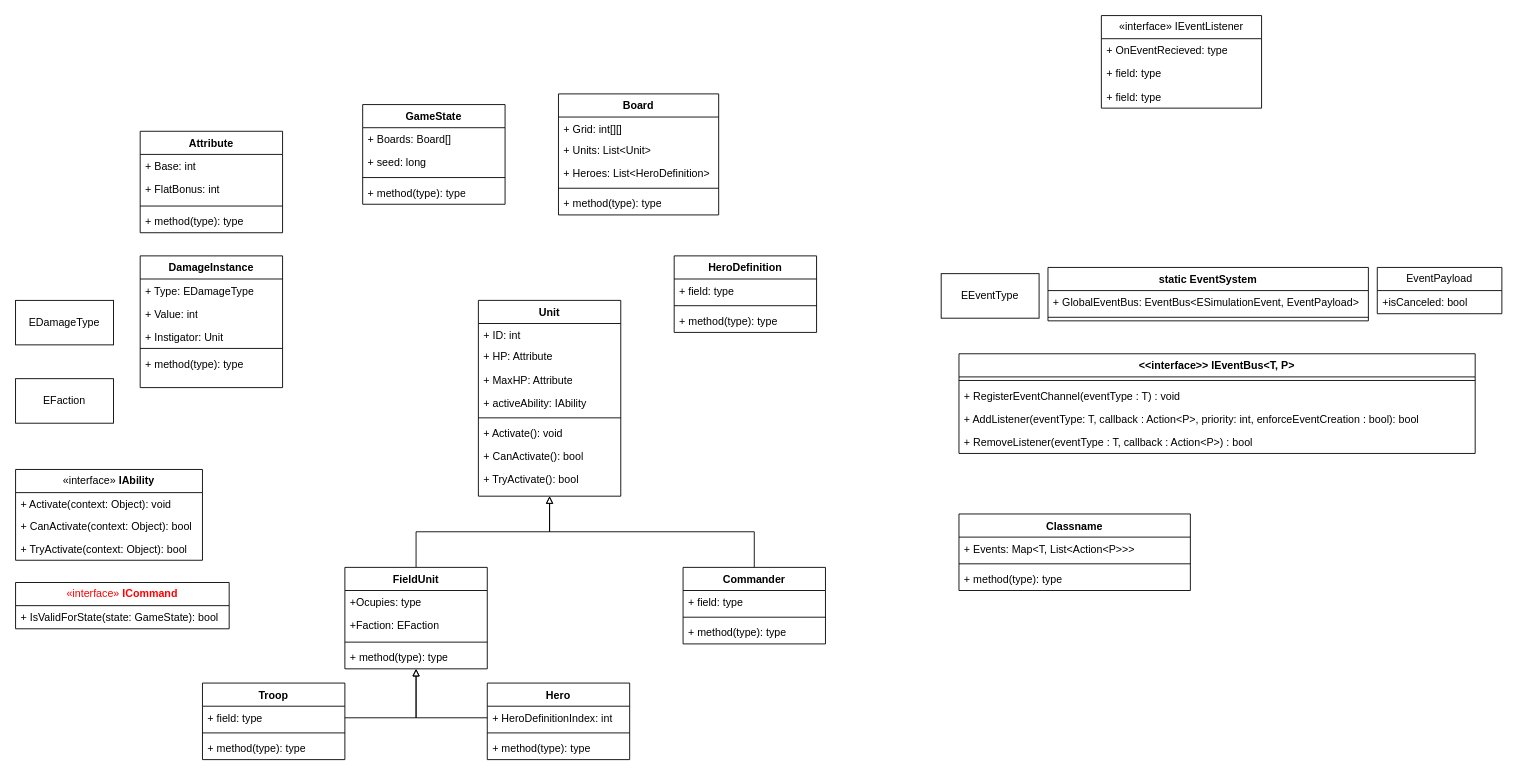
This is Simulation/SimulationUML.drawio from PrimalConquest/Documentation, a draw.io file, before an edit. Source tidied: cells renumbered, new cells numbered last; positions are measured from the earlier drawing's top-left corner, leaving out a move shared by most shapes. Both pictures are drawn from the tidied source at 89%, with x=0, y=0 at pixel (15, 15).
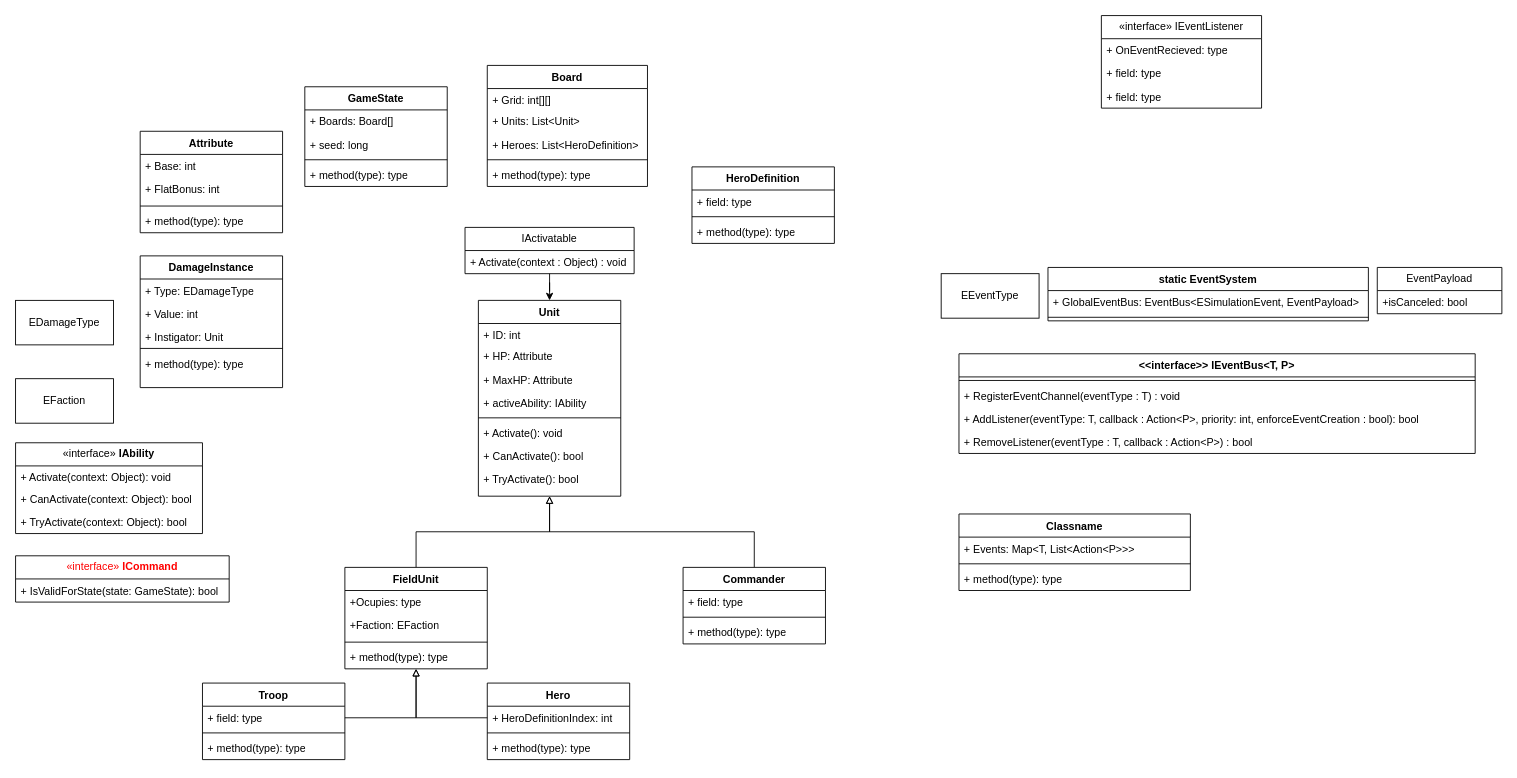
The same page after the edit.

The change refers to these unchanged cells:
```xml
<mxCell id="9" value="Unit" style="swimlane;fontStyle=1;align=center;verticalAlign=top;horizontal=1;startSize=26;whiteSpace=wrap;html=1;" parent="1" vertex="1">
  <mxGeometry x="520" y="320" width="160" height="220" as="geometry" />
</mxCell>
```

Change to the diagram source:
```diff
@@
     <mxCell id="23" value="Board" style="swimlane;fontStyle=1;align=center;verticalAlign=top;horizontal=1;startSize=26;whiteSpace=wrap;html=1;" parent="1" vertex="1">
-      <mxGeometry x="610" y="88" width="180" height="136" as="geometry" />
+      <mxGeometry x="530" y="56" width="180" height="136" as="geometry" />
     </mxCell>
@@
     <mxCell id="51" value="HeroDefinition" style="swimlane;fontStyle=1;align=center;verticalAlign=top;horizontal=1;startSize=26;whiteSpace=wrap;html=1;" parent="1" vertex="1">
-      <mxGeometry x="740" y="270" width="160" height="86" as="geometry" />
+      <mxGeometry x="760" y="170" width="160" height="86" as="geometry" />
     </mxCell>
@@
     <mxCell id="55" value="«interface»&amp;nbsp;&lt;b&gt;IAbility&lt;/b&gt;" style="swimlane;fontStyle=0;horizontal=1;startSize=26;fillColor=none;whiteSpace=wrap;html=1;" parent="1" vertex="1">
-      <mxGeometry y="510" width="210" height="102" as="geometry" />
+      <mxGeometry y="480" width="210" height="102" as="geometry" />
     </mxCell>
@@
     <mxCell id="59" value="GameState" style="swimlane;fontStyle=1;align=center;verticalAlign=top;horizontal=1;startSize=26;whiteSpace=wrap;html=1;" parent="1" vertex="1">
-      <mxGeometry x="390" y="100" width="160" height="112" as="geometry" />
+      <mxGeometry x="325" y="80" width="160" height="112" as="geometry" />
     </mxCell>
@@
     <mxCell id="64" value="&lt;font style=&quot;color: rgb(255, 0, 0);&quot;&gt;«interface»&amp;nbsp;&lt;b&gt;ICommand&lt;/b&gt;&lt;/font&gt;" style="swimlane;fontStyle=0;horizontal=1;startSize=26;fillColor=none;whiteSpace=wrap;html=1;" parent="1" vertex="1">
-      <mxGeometry y="637" width="240" height="52" as="geometry" />
+      <mxGeometry y="607" width="240" height="52" as="geometry" />
     </mxCell>
@@
+    <mxCell id="85" style="edgeStyle=orthogonalEdgeStyle;rounded=0;jettySize=auto;html=1;entryX=0.5;entryY=0;entryDx=0;entryDy=0;" parent="1" edge="1" source="86" target="9">
+      <mxGeometry relative="1" as="geometry" />
+    </mxCell>
+    <mxCell id="86" value="IActivatable" style="swimlane;fontStyle=0;horizontal=1;startSize=26;fillColor=none;whiteSpace=wrap;html=1;" parent="1" vertex="1">
+      <mxGeometry x="505" y="238" width="190" height="52" as="geometry" />
+    </mxCell>
+    <mxCell id="87" value="+ Activate(context : Object) : void" style="text;strokeColor=none;fillColor=none;align=left;verticalAlign=top;spacingLeft=4;spacingRight=4;overflow=hidden;whiteSpace=wrap;html=1;" parent="86" vertex="1">
+      <mxGeometry y="26" width="190" height="26" as="geometry" />
+    </mxCell>
```
